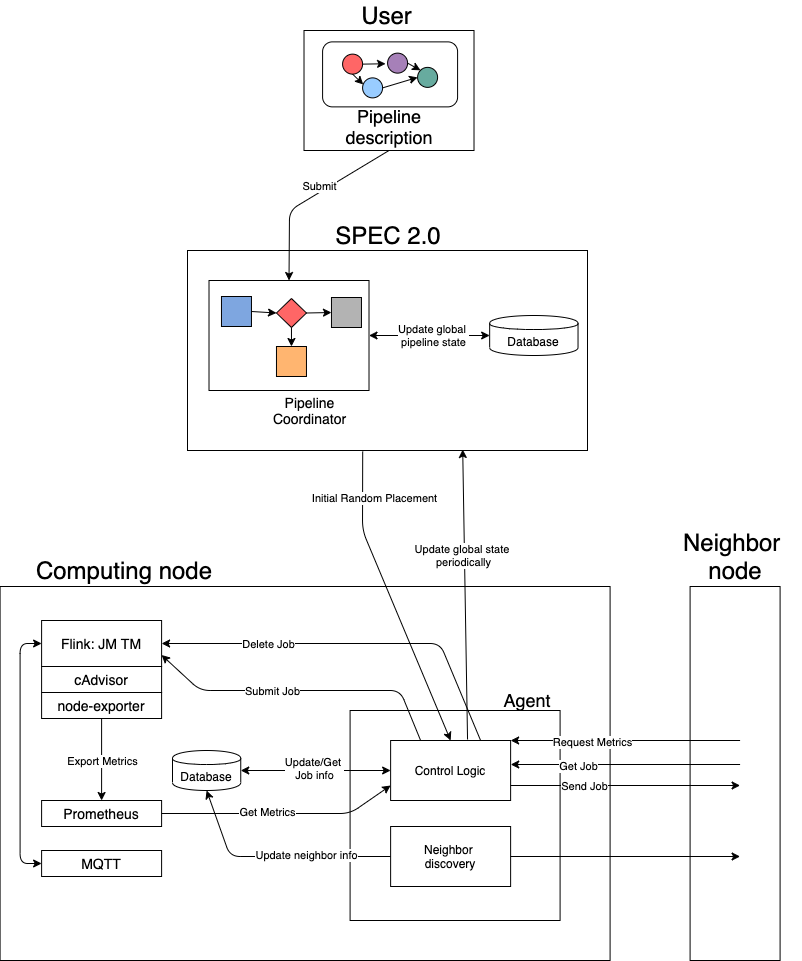
The draw.io diagram figs/sw_architecture.png in dbattulga/dynap_agent, before a commit. Source tidied: cells renumbered, new cells last; positions are measured from the earlier drawing's top-left corner, leaving out a move shared by most shapes.
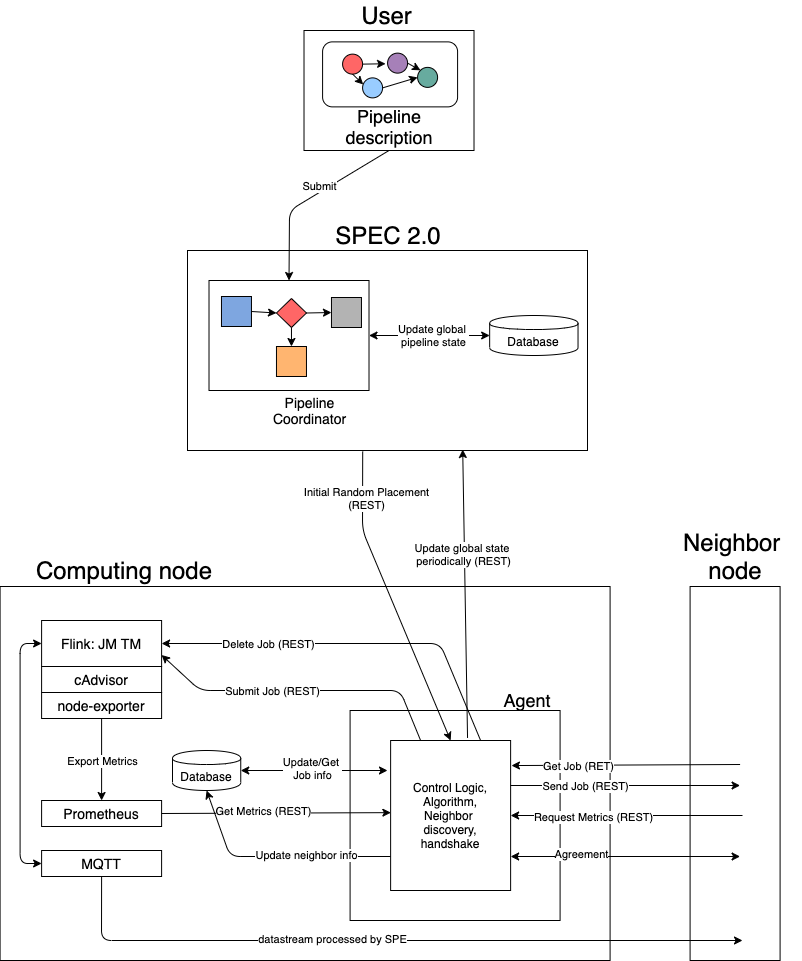
After the commit.

Change to the diagram source:
```diff
@@ -133,7 +133,7 @@
         </Array>
       </mxGeometry>
     </mxCell>
-    <mxCell id="41" value="Delete Job" style="edgeLabel;html=1;align=center;verticalAlign=middle;" parent="40" vertex="1">
+    <mxCell id="41" value="Delete Job (REST)" style="edgeLabel;html=1;align=center;verticalAlign=middle;" parent="40" vertex="1">
       <mxGeometry x="0.36" y="1" relative="1" as="geometry">
         <mxPoint x="-16.2" y="-1" as="offset" />
       </mxGeometry>
@@ -149,7 +149,7 @@
         </Array>
       </mxGeometry>
     </mxCell>
-    <mxCell id="44" value="Submit Job" style="edgeLabel;html=1;align=center;verticalAlign=middle;" parent="43" vertex="1">
+    <mxCell id="44" value="Submit Job (REST)" style="edgeLabel;html=1;align=center;verticalAlign=middle;" parent="43" vertex="1">
       <mxGeometry x="0.19" relative="1" as="geometry" />
     </mxCell>
     <mxCell id="45" style="endArrow=classic;startArrow=classic;html=1;entryX=0;entryY=0.5;entryDx=0;entryDy=0;exitX=0;exitY=0.5;exitDx=0;exitDy=0;" parent="1" edge="1" source="32" target="31">
@@ -160,10 +160,10 @@
         </Array>
       </mxGeometry>
     </mxCell>
-    <mxCell id="46" value="Control Logic" style="rounded=0;whiteSpace=wrap;html=1;" parent="1" vertex="1">
-      <mxGeometry x="390.1" y="740" width="120" height="60" as="geometry" />
+    <mxCell id="46" value="Control Logic,&lt;br&gt;Algorithm,&lt;br&gt;Neighbor&amp;nbsp;&lt;br&gt;discovery,&lt;br&gt;handshake&lt;br&gt;" style="rounded=0;whiteSpace=wrap;html=1;" parent="1" vertex="1">
+      <mxGeometry x="390.1" y="740" width="120" height="150" as="geometry" />
     </mxCell>
-    <mxCell id="47" style="endArrow=classic;startArrow=classic;html=1;exitX=1;exitY=0.5;exitDx=0;exitDy=0;entryX=0;entryY=0.5;entryDx=0;entryDy=0;" parent="1" edge="1" source="42" target="46">
+    <mxCell id="47" style="endArrow=classic;startArrow=classic;html=1;exitX=1;exitY=0.5;exitDx=0;exitDy=0;entryX=-0.026;entryY=0.2;entryDx=0;entryDy=0;entryPerimeter=0;" parent="1" edge="1" source="42" target="46">
       <mxGeometry relative="1" as="geometry" />
     </mxCell>
     <mxCell id="48" value="Update/Get &lt;br&gt;Job info" style="edgeLabel;html=1;align=center;verticalAlign=middle;" parent="47" vertex="1">
@@ -171,51 +171,45 @@
         <mxPoint x="-7.6" as="offset" />
       </mxGeometry>
     </mxCell>
-    <mxCell id="49" style="endArrow=classic;html=1;exitX=1;exitY=0.5;exitDx=0;exitDy=0;entryX=0;entryY=0.75;entryDx=0;entryDy=0;" parent="1" edge="1" source="33" target="46">
-      <mxGeometry relative="1" as="geometry">
-        <Array as="points">
-          <mxPoint x="349.6" y="813" />
-        </Array>
-      </mxGeometry>
+    <mxCell id="49" style="endArrow=classic;html=1;exitX=1;exitY=0.5;exitDx=0;exitDy=0;entryX=0.002;entryY=0.481;entryDx=0;entryDy=0;entryPerimeter=0;" parent="1" edge="1" source="33" target="46">
+      <mxGeometry relative="1" as="geometry" />
     </mxCell>
-    <mxCell id="50" value="Get Metrics" style="edgeLabel;html=1;align=center;verticalAlign=middle;" parent="49" vertex="1">
+    <mxCell id="50" value="Get Metrics (REST)" style="edgeLabel;html=1;align=center;verticalAlign=middle;" parent="49" vertex="1">
       <mxGeometry x="-0.12" y="2" relative="1" as="geometry" />
     </mxCell>
-    <mxCell id="51" style="endArrow=classic;html=1;entryX=1;entryY=0;entryDx=0;entryDy=0;" parent="1" edge="1" target="46">
+    <mxCell id="51" style="endArrow=classic;html=1;entryX=1;entryY=0.5;entryDx=0;entryDy=0;" parent="1" edge="1" target="46">
       <mxGeometry relative="1" as="geometry">
-        <mxPoint x="739.6" y="740" as="sourcePoint" />
+        <mxPoint x="742" y="815" as="sourcePoint" />
       </mxGeometry>
     </mxCell>
-    <mxCell id="52" value="Request Metrics" style="edgeLabel;html=1;align=center;verticalAlign=middle;" parent="51" vertex="1">
+    <mxCell id="52" value="Request Metrics (REST)" style="edgeLabel;html=1;align=center;verticalAlign=middle;" parent="51" vertex="1">
       <mxGeometry x="0.18" relative="1" as="geometry">
         <mxPoint x="-12.5" y="1" as="offset" />
       </mxGeometry>
     </mxCell>
-    <mxCell id="53" style="endArrow=classic;html=1;entryX=1.001;entryY=0.4;entryDx=0;entryDy=0;entryPerimeter=0;" parent="1" edge="1" target="46">
+    <mxCell id="53" style="endArrow=classic;html=1;entryX=1.007;entryY=0.167;entryDx=0;entryDy=0;entryPerimeter=0;" parent="1" edge="1" target="46">
       <mxGeometry relative="1" as="geometry">
         <mxPoint x="739.6" y="764" as="sourcePoint" />
       </mxGeometry>
     </mxCell>
-    <mxCell id="54" value="Get Job" style="edgeLabel;html=1;align=center;verticalAlign=middle;" parent="53" vertex="1">
+    <mxCell id="54" value="Get Job (RET)" style="edgeLabel;html=1;align=center;verticalAlign=middle;" parent="53" vertex="1">
       <mxGeometry x="-0.27" y="-2" relative="1" as="geometry">
         <mxPoint x="-79" y="3" as="offset" />
       </mxGeometry>
     </mxCell>
-    <mxCell id="55" style="endArrow=classic;html=1;exitX=1;exitY=0.75;exitDx=0;exitDy=0;" parent="1" edge="1" source="46">
+    <mxCell id="55" style="endArrow=classic;html=1;exitX=0.999;exitY=0.3;exitDx=0;exitDy=0;exitPerimeter=0;" parent="1" edge="1" source="46">
       <mxGeometry relative="1" as="geometry">
         <mxPoint x="739.6" y="785" as="targetPoint" />
       </mxGeometry>
     </mxCell>
-    <mxCell id="56" value="Send Job" style="edgeLabel;html=1;align=center;verticalAlign=middle;" parent="55" vertex="1">
+    <mxCell id="56" value="Send Job (REST)" style="edgeLabel;html=1;align=center;verticalAlign=middle;" parent="55" vertex="1">
       <mxGeometry x="0.37" y="-2" relative="1" as="geometry">
         <mxPoint x="-83.2" y="-2" as="offset" />
       </mxGeometry>
     </mxCell>
-    <mxCell id="57" value="Neighbor &lt;br&gt;discovery" style="rounded=0;whiteSpace=wrap;html=1;" parent="1" vertex="1">
-      <mxGeometry x="390.1" y="826" width="120" height="60" as="geometry" />
-    </mxCell>
-    <mxCell id="58" style="endArrow=classic;html=1;entryX=0.5;entryY=1;entryDx=0;entryDy=0;exitX=0;exitY=0.5;exitDx=0;exitDy=0;" parent="1" edge="1" source="57" target="42">
+    <mxCell id="58" style="endArrow=classic;html=1;entryX=0.5;entryY=1;entryDx=0;entryDy=0;exitX=0;exitY=0.5;exitDx=0;exitDy=0;" parent="1" edge="1" target="42">
       <mxGeometry relative="1" as="geometry">
+        <mxPoint x="390.1" y="856" as="sourcePoint" />
         <Array as="points">
           <mxPoint x="229.6" y="856" />
         </Array>
@@ -226,11 +220,17 @@
         <mxPoint x="28.6" as="offset" />
       </mxGeometry>
     </mxCell>
-    <mxCell id="60" style="endArrow=classic;html=1;exitX=1;exitY=0.5;exitDx=0;exitDy=0;" parent="1" edge="1" source="57">
+    <mxCell id="60" style="endArrow=classic;html=1;exitX=1;exitY=0.5;exitDx=0;exitDy=0;startArrow=classic;" parent="1" edge="1">
       <mxGeometry relative="1" as="geometry">
+        <mxPoint x="510.1" y="856" as="sourcePoint" />
         <mxPoint x="739.6" y="856" as="targetPoint" />
       </mxGeometry>
     </mxCell>
+    <mxCell id="68" value="Agreement" style="edgeLabel;html=1;align=center;verticalAlign=middle;" parent="60" vertex="1">
+      <mxGeometry x="0.21" y="1" relative="1" as="geometry">
+        <mxPoint x="-68.4" y="-2" as="offset" />
+      </mxGeometry>
+    </mxCell>
     <mxCell id="61" style="endArrow=classic;startArrow=classic;html=1;exitX=1;exitY=0.5;exitDx=0;exitDy=0;entryX=0;entryY=0.5;entryDx=0;entryDy=0;" parent="1" edge="1" source="8" target="11">
       <mxGeometry relative="1" as="geometry" />
     </mxCell>
@@ -244,15 +244,15 @@
         </Array>
       </mxGeometry>
     </mxCell>
-    <mxCell id="64" value="Initial Random Placement" style="edgeLabel;html=1;align=center;verticalAlign=middle;" parent="63" vertex="1">
+    <mxCell id="64" value="Initial Random Placement&lt;br&gt;(REST)" style="edgeLabel;html=1;align=center;verticalAlign=middle;" parent="63" vertex="1">
       <mxGeometry x="-0.3" y="2" relative="1" as="geometry">
-        <mxPoint x="-0.9" y="-58" as="offset" />
+        <mxPoint x="-9" y="-58" as="offset" />
       </mxGeometry>
     </mxCell>
     <mxCell id="65" style="endArrow=classic;html=1;exitX=0.641;exitY=-0.017;exitDx=0;exitDy=0;exitPerimeter=0;entryX=0.688;entryY=0.995;entryDx=0;entryDy=0;entryPerimeter=0;" parent="1" edge="1" source="46" target="3">
       <mxGeometry relative="1" as="geometry" />
     </mxCell>
-    <mxCell id="66" value="Update global state &lt;br&gt;periodically" style="edgeLabel;html=1;align=center;verticalAlign=middle;" parent="65" vertex="1">
+    <mxCell id="66" value="Update global state &lt;br&gt;periodically (REST)" style="edgeLabel;html=1;align=center;verticalAlign=middle;" parent="65" vertex="1">
       <mxGeometry x="0.61" y="2" relative="1" as="geometry">
         <mxPoint x="1.8" y="48" as="offset" />
       </mxGeometry>
@@ -260,5 +260,18 @@
     <mxCell id="67" value="&lt;font style=&quot;font-size: 24px&quot;&gt;Neighbor &lt;br&gt;node&lt;/font&gt;" style="text;html=1;strokeColor=none;fillColor=none;align=center;verticalAlign=middle;whiteSpace=wrap;rounded=0;" parent="1" vertex="1">
       <mxGeometry x="669.6" y="526" width="130" height="60" as="geometry" />
     </mxCell>
+    <mxCell id="69" style="endArrow=classic;html=1;exitX=0.5;exitY=1;exitDx=0;exitDy=0;" parent="1" edge="1" source="32">
+      <mxGeometry relative="1" as="geometry">
+        <mxPoint x="742" y="940" as="targetPoint" />
+        <Array as="points">
+          <mxPoint x="101" y="940" />
+        </Array>
+      </mxGeometry>
+    </mxCell>
+    <mxCell id="70" value="datastream processed by SPE" style="edgeLabel;html=1;align=center;verticalAlign=middle;" parent="69" vertex="1">
+      <mxGeometry x="-0.13" y="2" relative="1" as="geometry">
+        <mxPoint x="-12" as="offset" />
+      </mxGeometry>
+    </mxCell>
   </root>
 </mxGraphModel>
```
